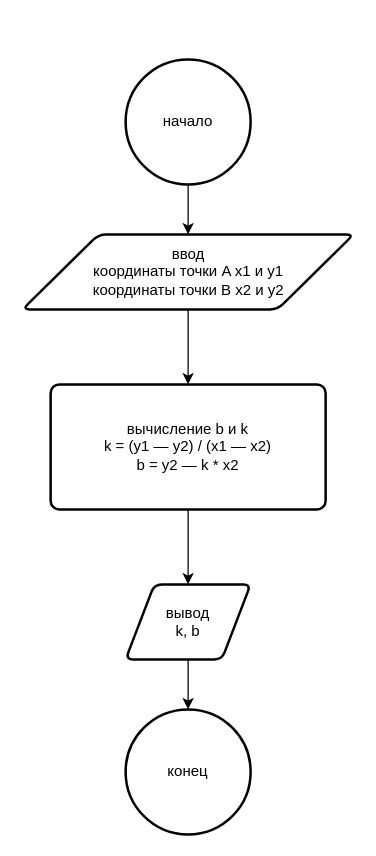
Earlier version of the draw.io diagram page "les_1_task_2" (1 of 6) of less-1/Диаграмма без названия.drawio (AiDevon/gb_groups_39870). Source tidied: cells renumbered, new cells numbered last; positions are measured from the earlier drawing's top-left corner, leaving out a move shared by most shapes. Both pictures are drawn from the tidied source at 125%, with x=0, y=0 at pixel (22, 59).
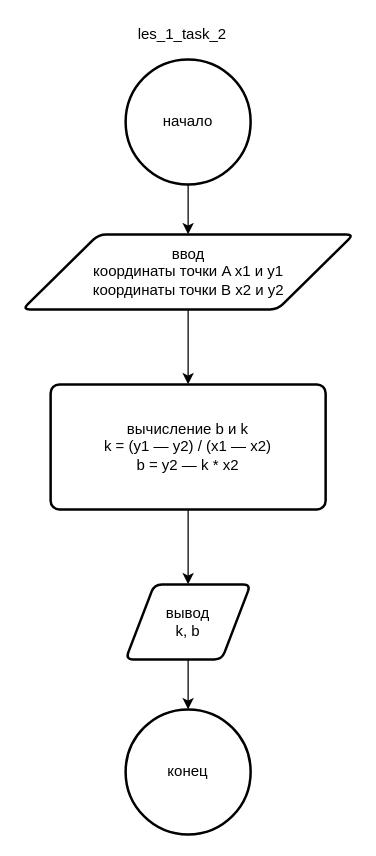
After the change.

Diff of the diagram source:
```diff
@@
 <mxGraphModel>
   <root>
     <mxCell id="0" />
     <mxCell id="1" parent="0" />
     <mxCell id="2" style="edgeStyle=orthogonalEdgeStyle;rounded=0;jettySize=auto;html=1;entryX=0.5;entryY=0;entryDx=0;entryDy=0;" parent="1" edge="1" source="3" target="5">
       <mxGeometry relative="1" as="geometry" />
     </mxCell>
     <mxCell id="3" value="начало" style="strokeWidth=2;html=1;shape=mxgraph.flowchart.start_2;whiteSpace=wrap;" parent="1" vertex="1">
       <mxGeometry x="82" width="100" height="100" as="geometry" />
     </mxCell>
     <mxCell id="4" style="edgeStyle=orthogonalEdgeStyle;rounded=0;jettySize=auto;html=1;entryX=0.5;entryY=0;entryDx=0;entryDy=0;" parent="1" edge="1" source="5" target="7">
       <mxGeometry relative="1" as="geometry" />
     </mxCell>
     <mxCell id="5" value="ввод&lt;br&gt;координаты точки A x1 и y1&lt;br&gt;координаты точки B x2 и y2" style="shape=parallelogram;html=1;strokeWidth=2;perimeter=parallelogramPerimeter;whiteSpace=wrap;rounded=1;arcSize=12;size=0.23;" parent="1" vertex="1">
       <mxGeometry x="-0.5" y="140" width="265" height="60" as="geometry" />
     </mxCell>
     <mxCell id="6" style="edgeStyle=orthogonalEdgeStyle;rounded=0;jettySize=auto;html=1;entryX=0.5;entryY=0;entryDx=0;entryDy=0;" parent="1" edge="1" source="7" target="9">
       <mxGeometry relative="1" as="geometry" />
     </mxCell>
     <mxCell id="7" value="вычисление b и k&lt;br&gt;&lt;div&gt;k = (y1 — y2) / (x1 — x2)&lt;/div&gt;&lt;div&gt;b = y2 — k * x2&lt;/div&gt;" style="rounded=1;whiteSpace=wrap;html=1;absoluteArcSize=1;arcSize=14;strokeWidth=2;" parent="1" vertex="1">
       <mxGeometry x="22" y="260" width="220" height="100" as="geometry" />
     </mxCell>
     <mxCell id="8" style="edgeStyle=orthogonalEdgeStyle;rounded=0;jettySize=auto;html=1;entryX=0.5;entryY=0;entryDx=0;entryDy=0;entryPerimeter=0;" parent="1" edge="1" source="9" target="10">
       <mxGeometry relative="1" as="geometry" />
     </mxCell>
     <mxCell id="9" value="вывод&lt;br&gt;k, b" style="shape=parallelogram;html=1;strokeWidth=2;perimeter=parallelogramPerimeter;whiteSpace=wrap;rounded=1;arcSize=12;size=0.23;" parent="1" vertex="1">
       <mxGeometry x="82" y="420" width="100" height="60" as="geometry" />
     </mxCell>
     <mxCell id="10" value="конец" style="strokeWidth=2;html=1;shape=mxgraph.flowchart.start_2;whiteSpace=wrap;" parent="1" vertex="1">
       <mxGeometry x="82" y="520" width="100" height="100" as="geometry" />
     </mxCell>
+    <mxCell id="11" value="les_1_task_2" style="text;html=1;align=center;verticalAlign=middle;strokeColor=none;fillColor=none;" parent="1" vertex="1">
+      <mxGeometry x="82" y="-30" width="90" height="20" as="geometry" />
+    </mxCell>
   </root>
 </mxGraphModel>
```
